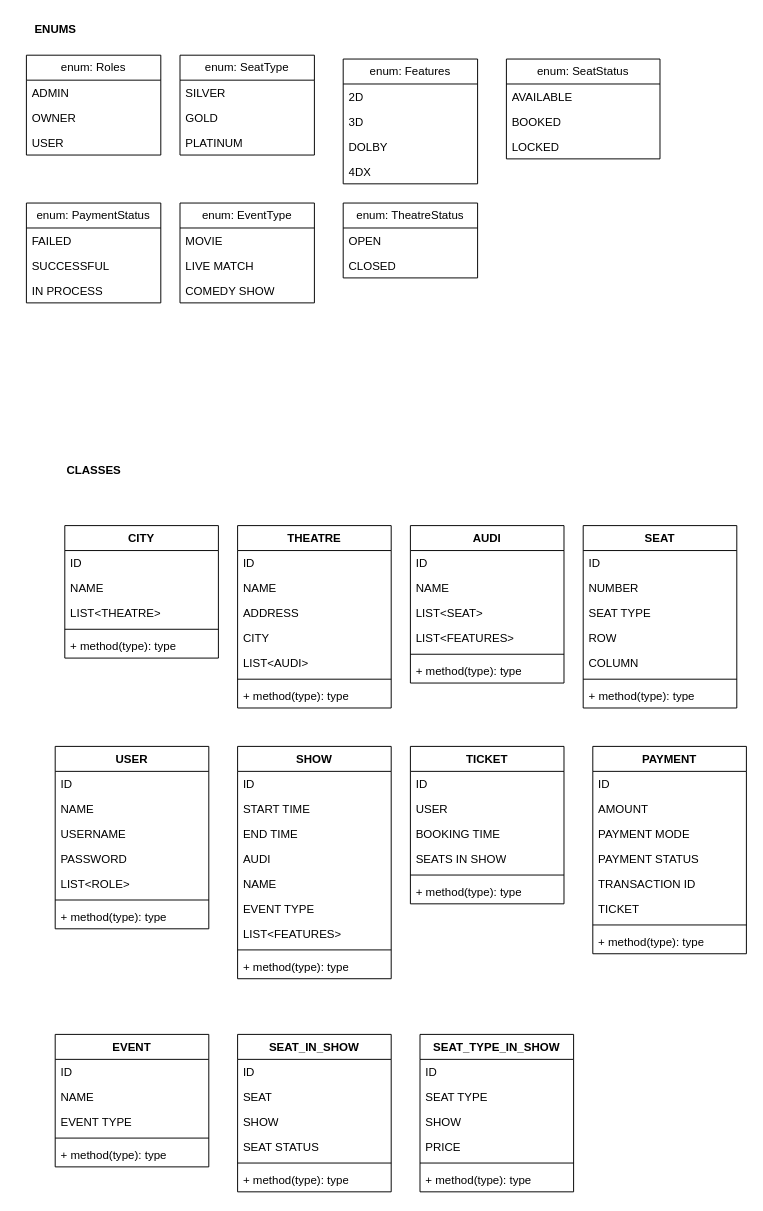
The draw.io diagram BookMySHow.drawio in surajnaik90/Architectures-Designs, before the edit. Source tidied: cells renumbered, new cells numbered last; positions are measured from the earlier drawing's top-left corner, leaving out a move shared by most shapes. Both pictures are drawn from the tidied source at 96%, with x=0, y=0 at pixel (16, 16).
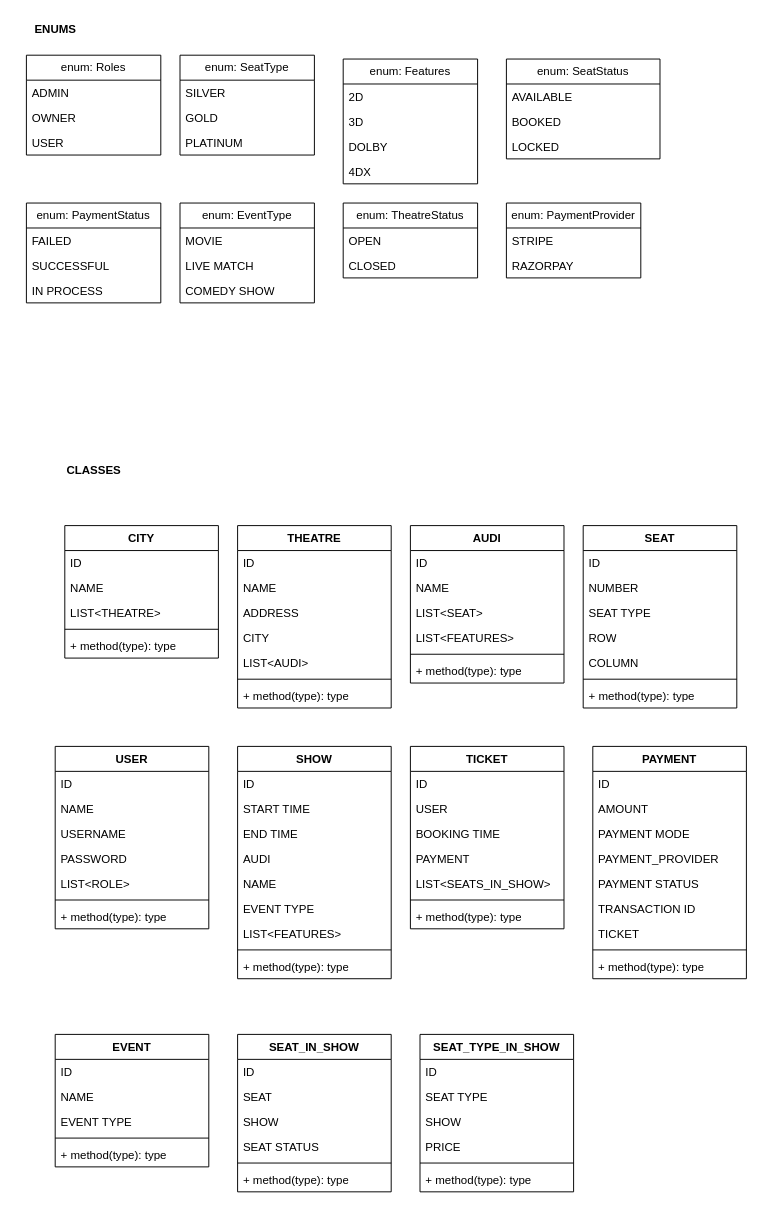
After the change.

Diff of the diagram source:
```diff
@@
     <mxCell id="65" value="TICKET" style="swimlane;fontStyle=1;align=center;verticalAlign=top;horizontal=1;startSize=26;whiteSpace=wrap;html=1;" parent="1" vertex="1">
-      <mxGeometry x="410" y="760" width="160" height="164" as="geometry" />
+      <mxGeometry x="410" y="760" width="160" height="190" as="geometry" />
     </mxCell>
@@
+    <mxCell id="115" value="PAYMENT" style="text;strokeColor=none;fillColor=none;align=left;verticalAlign=top;spacingLeft=4;spacingRight=4;overflow=hidden;whiteSpace=wrap;html=1;" parent="65" vertex="1">
+      <mxGeometry y="104" width="160" height="26" as="geometry" />
+    </mxCell>
-    <mxCell id="69" value="SEATS IN SHOW" style="text;strokeColor=none;fillColor=none;align=left;verticalAlign=top;spacingLeft=4;spacingRight=4;overflow=hidden;whiteSpace=wrap;html=1;" parent="65" vertex="1">
-      <mxGeometry y="104" width="160" height="26" as="geometry" />
+    <mxCell id="69" value="LIST&amp;lt;SEATS_IN_SHOW&amp;gt;" style="text;strokeColor=none;fillColor=none;align=left;verticalAlign=top;spacingLeft=4;spacingRight=4;overflow=hidden;whiteSpace=wrap;html=1;" parent="65" vertex="1">
+      <mxGeometry y="130" width="160" height="26" as="geometry" />
     </mxCell>
     <mxCell id="70" style="line;strokeWidth=1;fillColor=none;align=left;verticalAlign=middle;spacingTop=-1;spacingLeft=3;spacingRight=3;labelPosition=right;strokeColor=inherit;" parent="65" vertex="1">
-      <mxGeometry y="130" width="160" height="8" as="geometry" />
+      <mxGeometry y="156" width="160" height="8" as="geometry" />
     </mxCell>
     <mxCell id="71" value="+ method(type): type" style="text;strokeColor=none;fillColor=none;align=left;verticalAlign=top;spacingLeft=4;spacingRight=4;overflow=hidden;whiteSpace=wrap;html=1;" parent="65" vertex="1">
-      <mxGeometry y="138" width="160" height="26" as="geometry" />
+      <mxGeometry y="164" width="160" height="26" as="geometry" />
     </mxCell>
@@
     <mxCell id="80" value="PAYMENT" style="swimlane;fontStyle=1;align=center;verticalAlign=top;horizontal=1;startSize=26;whiteSpace=wrap;html=1;" parent="1" vertex="1">
-      <mxGeometry x="600" y="760" width="160" height="216" as="geometry" />
+      <mxGeometry x="600" y="760" width="160" height="242" as="geometry" />
     </mxCell>
@@
+    <mxCell id="116" value="PAYMENT_PROVIDER" style="text;strokeColor=none;fillColor=none;align=left;verticalAlign=top;spacingLeft=4;spacingRight=4;overflow=hidden;whiteSpace=wrap;html=1;" parent="80" vertex="1">
+      <mxGeometry y="104" width="160" height="26" as="geometry" />
+    </mxCell>
     <mxCell id="84" value="PAYMENT STATUS" style="text;strokeColor=none;fillColor=none;align=left;verticalAlign=top;spacingLeft=4;spacingRight=4;overflow=hidden;whiteSpace=wrap;html=1;" parent="80" vertex="1">
-      <mxGeometry y="104" width="160" height="26" as="geometry" />
+      <mxGeometry y="130" width="160" height="26" as="geometry" />
     </mxCell>
     <mxCell id="85" value="TRANSACTION ID" style="text;strokeColor=none;fillColor=none;align=left;verticalAlign=top;spacingLeft=4;spacingRight=4;overflow=hidden;whiteSpace=wrap;html=1;" parent="80" vertex="1">
-      <mxGeometry y="130" width="160" height="26" as="geometry" />
+      <mxGeometry y="156" width="160" height="26" as="geometry" />
     </mxCell>
     <mxCell id="86" value="TICKET" style="text;strokeColor=none;fillColor=none;align=left;verticalAlign=top;spacingLeft=4;spacingRight=4;overflow=hidden;whiteSpace=wrap;html=1;" parent="80" vertex="1">
-      <mxGeometry y="156" width="160" height="26" as="geometry" />
+      <mxGeometry y="182" width="160" height="26" as="geometry" />
     </mxCell>
     <mxCell id="87" style="line;strokeWidth=1;fillColor=none;align=left;verticalAlign=middle;spacingTop=-1;spacingLeft=3;spacingRight=3;labelPosition=right;strokeColor=inherit;" parent="80" vertex="1">
-      <mxGeometry y="182" width="160" height="8" as="geometry" />
+      <mxGeometry y="208" width="160" height="8" as="geometry" />
     </mxCell>
     <mxCell id="88" value="+ method(type): type" style="text;strokeColor=none;fillColor=none;align=left;verticalAlign=top;spacingLeft=4;spacingRight=4;overflow=hidden;whiteSpace=wrap;html=1;" parent="80" vertex="1">
-      <mxGeometry y="190" width="160" height="26" as="geometry" />
+      <mxGeometry y="216" width="160" height="26" as="geometry" />
     </mxCell>
@@
+    <mxCell id="117" value="enum: PaymentProvider" style="swimlane;fontStyle=0;horizontal=1;startSize=26;fillColor=none;whiteSpace=wrap;html=1;" parent="1" vertex="1">
+      <mxGeometry x="510" y="194" width="140" height="78" as="geometry" />
+    </mxCell>
+    <mxCell id="118" value="STRIPE" style="text;strokeColor=none;fillColor=none;align=left;verticalAlign=top;spacingLeft=4;spacingRight=4;overflow=hidden;whiteSpace=wrap;html=1;" parent="117" vertex="1">
+      <mxGeometry y="26" width="140" height="26" as="geometry" />
+    </mxCell>
+    <mxCell id="119" value="RAZORPAY" style="text;strokeColor=none;fillColor=none;align=left;verticalAlign=top;spacingLeft=4;spacingRight=4;overflow=hidden;whiteSpace=wrap;html=1;" parent="117" vertex="1">
+      <mxGeometry y="52" width="140" height="26" as="geometry" />
+    </mxCell>
```
